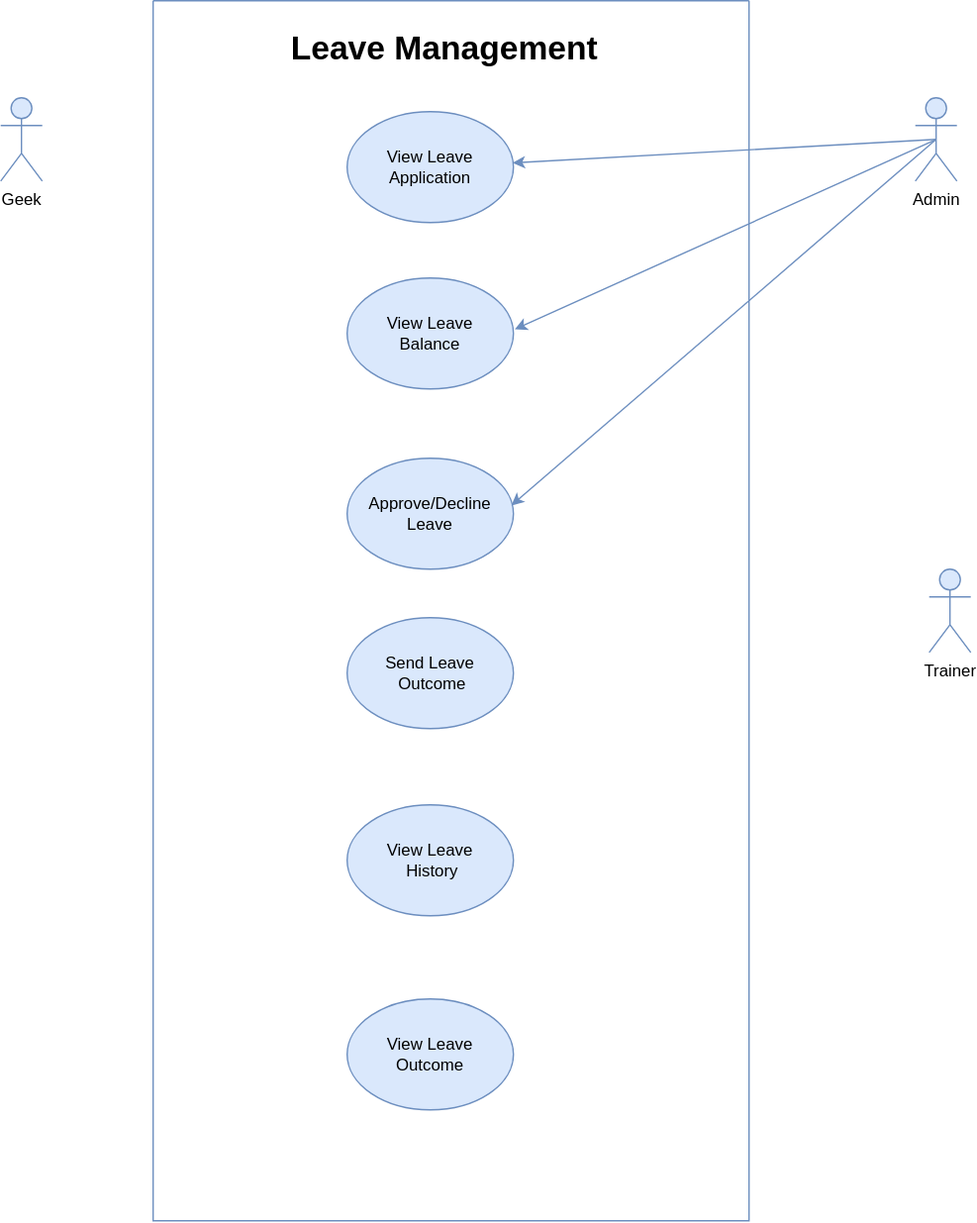
The draw.io diagram UseCase/Leave-Management.drawio.svg in tshegofatso-motlhakane/LeaveManagement--Documentation, before a commit. Source tidied: cells renumbered, new cells last; positions are measured from the earlier drawing's top-left corner, leaving out a move shared by most shapes.
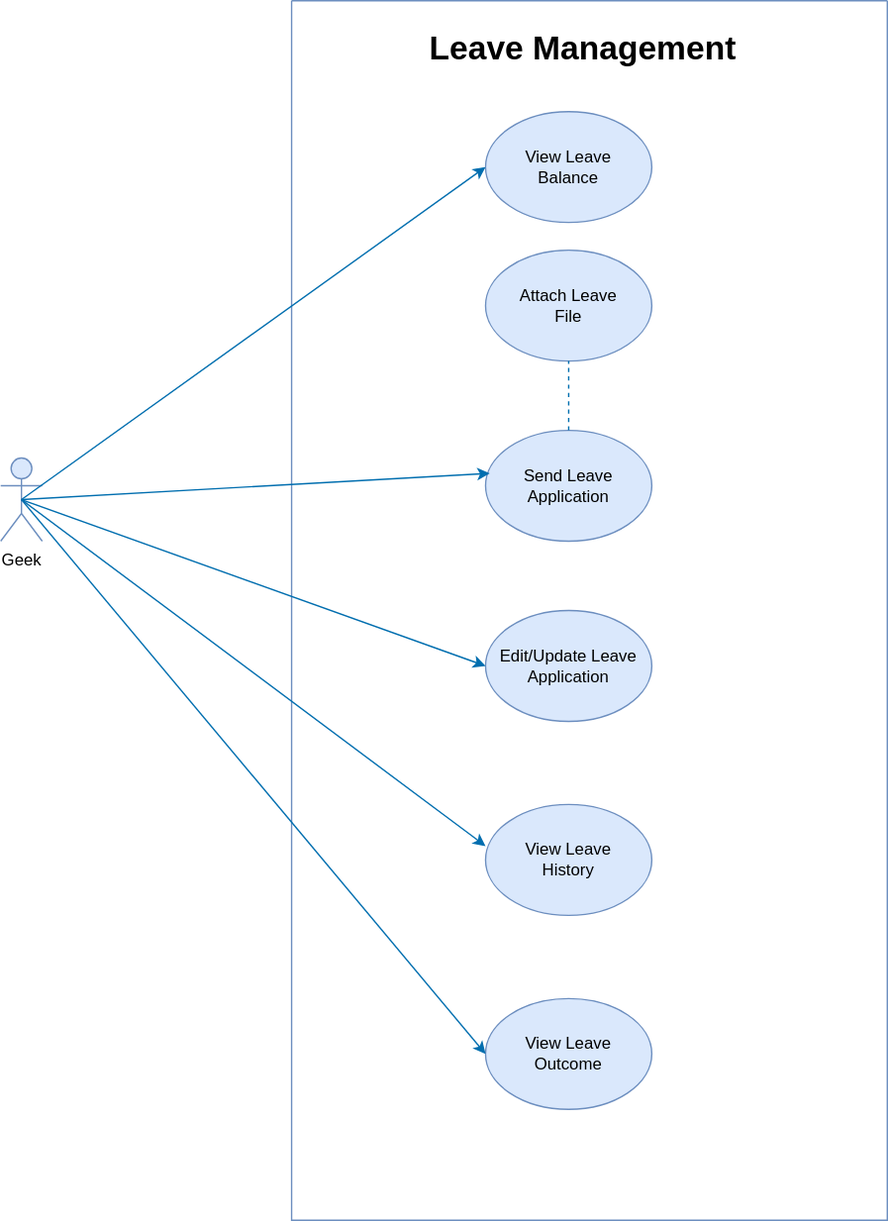
The same file after the commit.

Commit message:
UseCase Diagram

Diff of the diagram source:
```diff
@@ -3,19 +3,19 @@
     <mxCell id="0" />
     <mxCell id="1" parent="0" />
     <mxCell id="2" style="swimlane;startSize=0;fillColor=#dae8fc;strokeColor=#6c8ebf;" parent="1" vertex="1">
-      <mxGeometry x="110" width="430" height="880" as="geometry" />
+      <mxGeometry x="230" y="60" width="430" height="880" as="geometry" />
     </mxCell>
-    <mxCell id="3" value="View Leave Application" style="ellipse;whiteSpace=wrap;html=1;fillColor=#dae8fc;strokeColor=#6c8ebf;" parent="2" vertex="1">
-      <mxGeometry x="140" y="80" width="120" height="80" as="geometry" />
+    <mxCell id="3" value="Send Leave Application" style="ellipse;whiteSpace=wrap;html=1;fillColor=#dae8fc;strokeColor=#6c8ebf;" parent="2" vertex="1">
+      <mxGeometry x="140" y="310" width="120" height="80" as="geometry" />
     </mxCell>
     <mxCell id="4" value="View Leave &lt;br&gt;Balance" style="ellipse;whiteSpace=wrap;html=1;fillColor=#dae8fc;strokeColor=#6c8ebf;" parent="2" vertex="1">
-      <mxGeometry x="140" y="200" width="120" height="80" as="geometry" />
+      <mxGeometry x="140" y="80" width="120" height="80" as="geometry" />
     </mxCell>
-    <mxCell id="5" value="Approve/Decline Leave" style="ellipse;whiteSpace=wrap;html=1;fillColor=#dae8fc;strokeColor=#6c8ebf;" parent="2" vertex="1">
-      <mxGeometry x="140" y="330" width="120" height="80" as="geometry" />
+    <mxCell id="5" value="Edit/Update Leave Application" style="ellipse;whiteSpace=wrap;html=1;fillColor=#dae8fc;strokeColor=#6c8ebf;" parent="2" vertex="1">
+      <mxGeometry x="140" y="440" width="120" height="80" as="geometry" />
     </mxCell>
-    <mxCell id="6" value="Send Leave&lt;br&gt;&amp;nbsp;Outcome" style="ellipse;whiteSpace=wrap;html=1;fillColor=#dae8fc;strokeColor=#6c8ebf;" parent="2" vertex="1">
-      <mxGeometry x="140" y="445" width="120" height="80" as="geometry" />
+    <mxCell id="6" value="Attach Leave&lt;br&gt;&amp;nbsp;File" style="ellipse;whiteSpace=wrap;html=1;fillColor=#dae8fc;strokeColor=#6c8ebf;" parent="2" vertex="1">
+      <mxGeometry x="140" y="180" width="120" height="80" as="geometry" />
     </mxCell>
     <mxCell id="7" value="View Leave&lt;br&gt;&amp;nbsp;History" style="ellipse;whiteSpace=wrap;html=1;fillColor=#dae8fc;strokeColor=#6c8ebf;" parent="2" vertex="1">
       <mxGeometry x="140" y="580" width="120" height="80" as="geometry" />
@@ -26,23 +26,28 @@
     <mxCell id="9" value="&lt;h1&gt;&lt;b&gt;Leave Management&lt;/b&gt;&lt;/h1&gt;" style="text;html=1;align=center;verticalAlign=middle;" parent="2" vertex="1">
       <mxGeometry x="90" width="240" height="70" as="geometry" />
     </mxCell>
+    <mxCell id="16" style="endArrow=none;dashed=1;html=1;fillColor=#1ba1e2;strokeColor=#006EAF;entryX=0.5;entryY=1;entryDx=0;entryDy=0;entryPerimeter=0;exitX=0.5;exitY=0;exitDx=0;exitDy=0;" parent="2" edge="1" source="3" target="6">
+      <mxGeometry relative="1" as="geometry" />
+    </mxCell>
     <mxCell id="10" value="Geek" style="shape=umlActor;verticalLabelPosition=bottom;verticalAlign=top;html=1;outlineConnect=0;fillColor=#dae8fc;strokeColor=#6c8ebf;" parent="1" vertex="1">
-      <mxGeometry y="70" width="30" height="60" as="geometry" />
+      <mxGeometry x="20" y="390" width="30" height="60" as="geometry" />
     </mxCell>
-    <mxCell id="11" value="Admin" style="shape=umlActor;verticalLabelPosition=bottom;verticalAlign=top;html=1;outlineConnect=0;fillColor=#dae8fc;strokeColor=#6c8ebf;" parent="1" vertex="1">
-      <mxGeometry x="660" y="70" width="30" height="60" as="geometry" />
-    </mxCell>
-    <mxCell id="12" value="Trainer" style="shape=umlActor;verticalLabelPosition=bottom;verticalAlign=top;html=1;fillColor=#dae8fc;strokeColor=#6c8ebf;" parent="1" vertex="1">
-      <mxGeometry x="670" y="410" width="30" height="60" as="geometry" />
-    </mxCell>
-    <mxCell id="13" style="endArrow=classic;html=1;rounded=0;exitX=0.5;exitY=0.5;exitDx=0;exitDy=0;exitPerimeter=0;entryX=0.995;entryY=0.462;entryDx=0;entryDy=0;entryPerimeter=0;fillColor=#dae8fc;strokeColor=#6c8ebf;" parent="1" edge="1" source="11" target="3">
-      <mxGeometry relative="1" as="geometry" />
-    </mxCell>
-    <mxCell id="14" style="endArrow=classic;html=1;rounded=0;exitX=0.5;exitY=0.5;exitDx=0;exitDy=0;exitPerimeter=0;entryX=1.008;entryY=0.462;entryDx=0;entryDy=0;entryPerimeter=0;fillColor=#dae8fc;strokeColor=#6c8ebf;" parent="1" edge="1" source="11" target="4">
-      <mxGeometry relative="1" as="geometry" />
-    </mxCell>
-    <mxCell id="15" style="endArrow=classic;html=1;rounded=0;exitX=0.5;exitY=0.5;exitDx=0;exitDy=0;exitPerimeter=0;entryX=0.988;entryY=0.425;entryDx=0;entryDy=0;entryPerimeter=0;fillColor=#dae8fc;strokeColor=#6c8ebf;" parent="1" edge="1" source="11" target="5">
-      <mxGeometry relative="1" as="geometry" />
-    </mxCell>
+    <mxCell id="17" style="endArrow=classic;html=1;exitX=0.5;exitY=0.5;exitDx=0;exitDy=0;exitPerimeter=0;entryX=0;entryY=0.5;entryDx=0;entryDy=0;fillColor=#1ba1e2;strokeColor=#006EAF;" parent="1" edge="1" source="10" target="4">
+      <mxGeometry relative="1" as="geometry" />
+    </mxCell>
+    <mxCell id="18" style="endArrow=classic;html=1;exitX=0.5;exitY=0.5;exitDx=0;exitDy=0;exitPerimeter=0;entryX=0.025;entryY=0.388;entryDx=0;entryDy=0;fillColor=#1ba1e2;strokeColor=#006EAF;entryPerimeter=0;" parent="1" edge="1" source="10" target="3">
+      <mxGeometry relative="1" as="geometry" />
+    </mxCell>
+    <mxCell id="19" style="endArrow=classic;html=1;exitX=0.5;exitY=0.5;exitDx=0;exitDy=0;exitPerimeter=0;entryX=0;entryY=0.5;entryDx=0;entryDy=0;fillColor=#1ba1e2;strokeColor=#006EAF;" parent="1" edge="1" source="10" target="5">
+      <mxGeometry relative="1" as="geometry" />
+    </mxCell>
+    <mxCell id="20" style="endArrow=classic;html=1;exitX=0.5;exitY=0.5;exitDx=0;exitDy=0;exitPerimeter=0;fillColor=#1ba1e2;strokeColor=#006EAF;" parent="1" edge="1" source="10">
+      <mxGeometry relative="1" as="geometry">
+        <mxPoint x="370" y="670" as="targetPoint" />
+      </mxGeometry>
+    </mxCell>
+    <mxCell id="21" style="endArrow=classic;html=1;exitX=0.5;exitY=0.5;exitDx=0;exitDy=0;exitPerimeter=0;entryX=0;entryY=0.5;entryDx=0;entryDy=0;fillColor=#1ba1e2;strokeColor=#006EAF;" parent="1" edge="1" source="10" target="8">
+      <mxGeometry relative="1" as="geometry" />
+    </mxCell>
   </root>
 </mxGraphModel>
```
